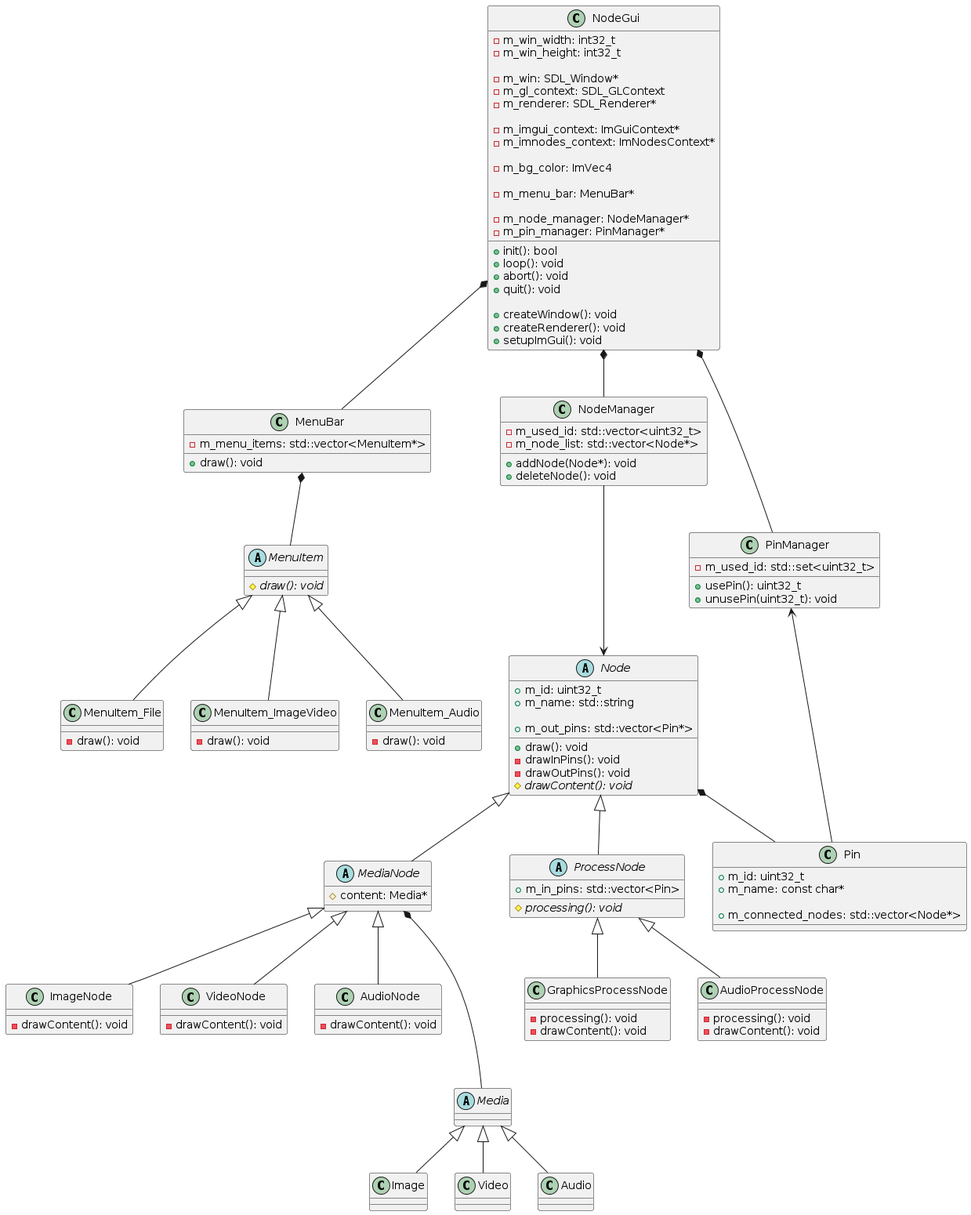
nkue-yst/NodeProcessV2 keeps this PlantUML diagram as uml/NodeProcessing.png. Above is the earlier version.
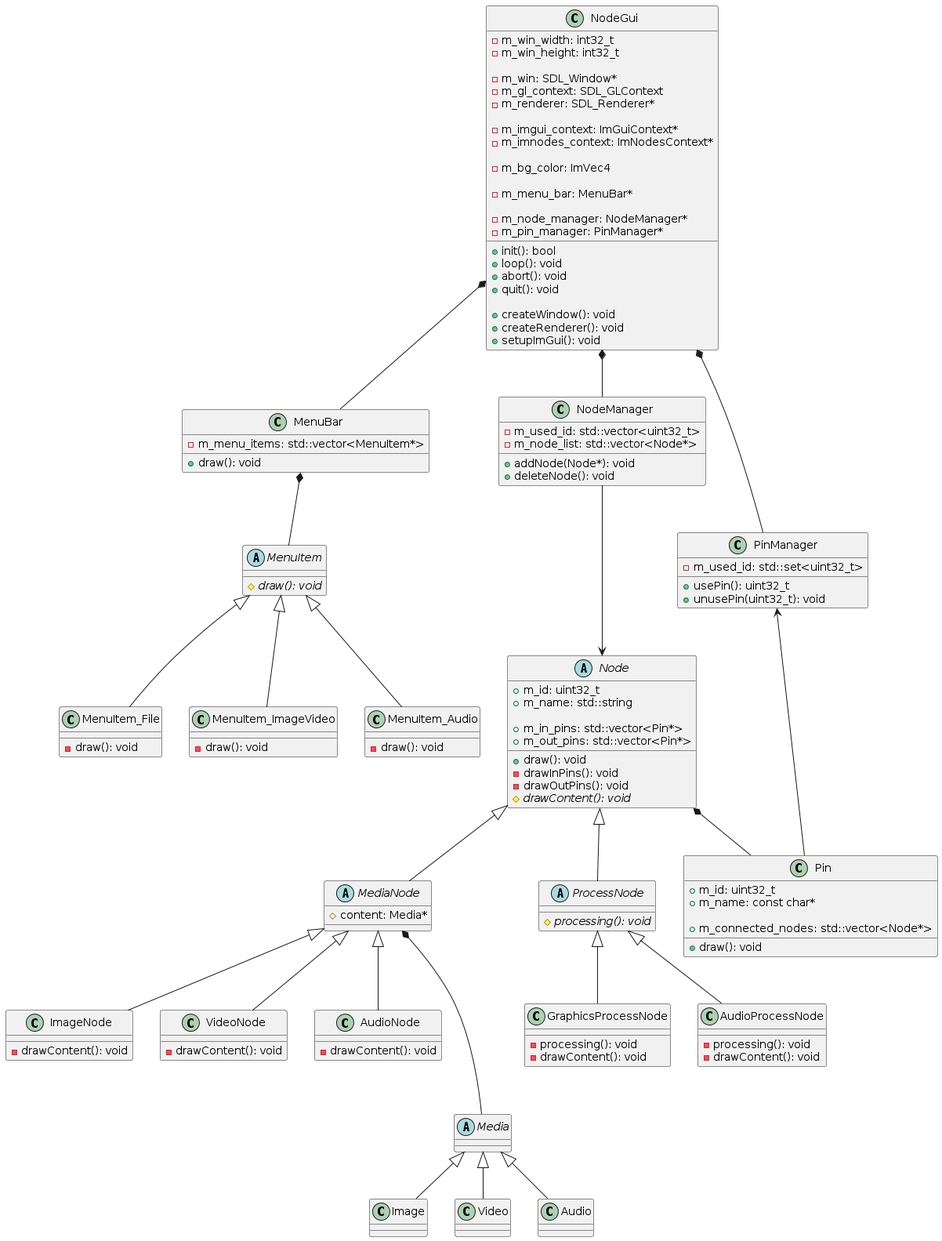
After the commit.

Commit message:
Add node base class

Diff of the diagram source:
```diff
@@ -67,6 +67,7 @@
     +m_id: uint32_t
     +m_name: std::string
 
+    +m_in_pins: std::vector<Pin*>
     +m_out_pins: std::vector<Pin*>
 }
 
@@ -76,8 +77,6 @@
 
 abstract class ProcessNode {
     {abstract} #processing(): void
-
-    +m_in_pins: std::vector<Pin>
 }
 
 class ImageNode {
@@ -110,6 +109,8 @@
 }
 
 class Pin {
+    +draw(): void
+
     +m_id: uint32_t
     +m_name: const char*
 
```
